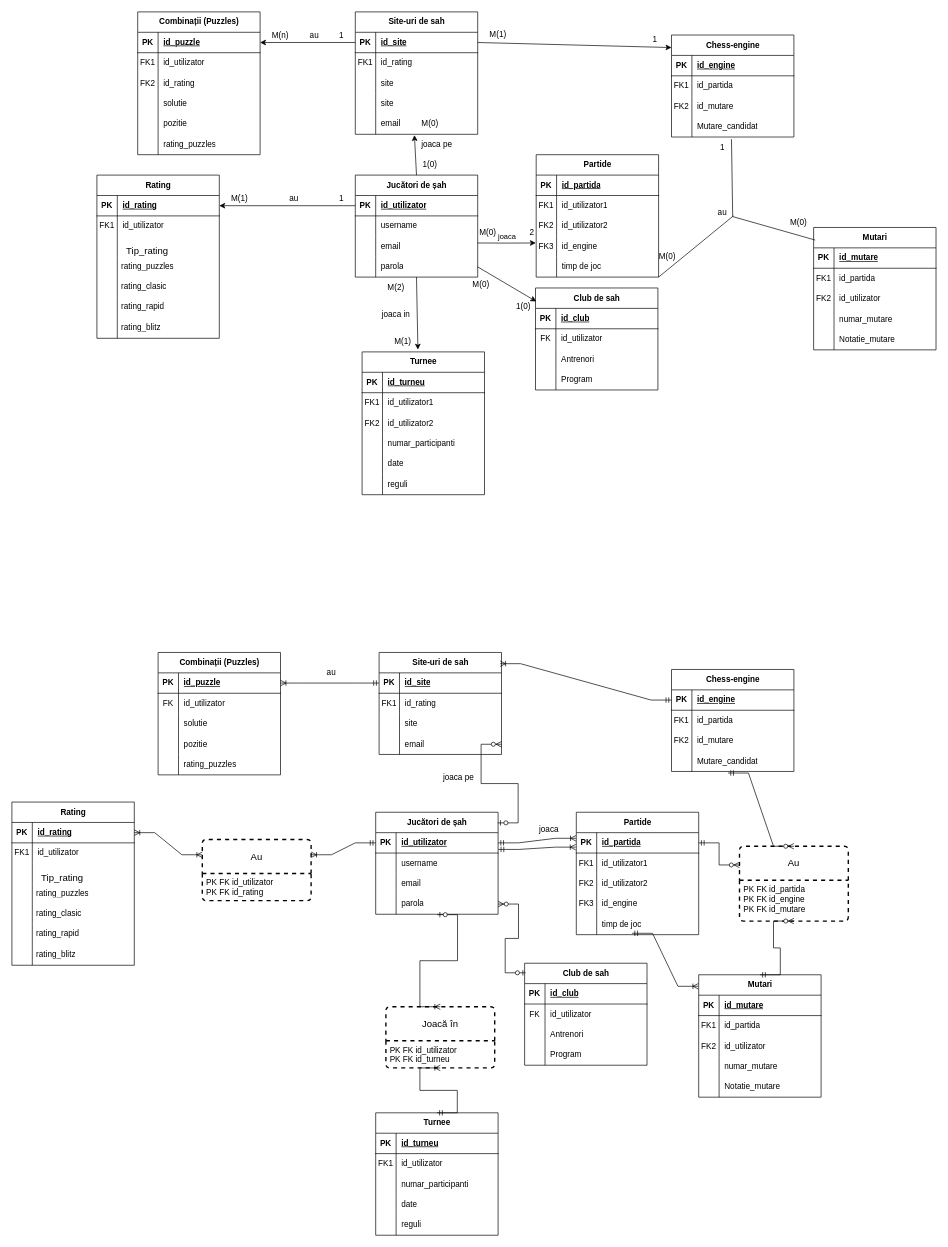
Before: Anul1/Semestrul 2/BD/proiect/Sah.drawio in CiprianVlad/facultate, a draw.io diagram. Source tidied: cells renumbered, new cells numbered last; positions are measured from the earlier drawing's top-left corner, leaving out a move shared by most shapes. Both pictures are drawn from the tidied source at 68%, with x=0, y=0 at pixel (12, 12).
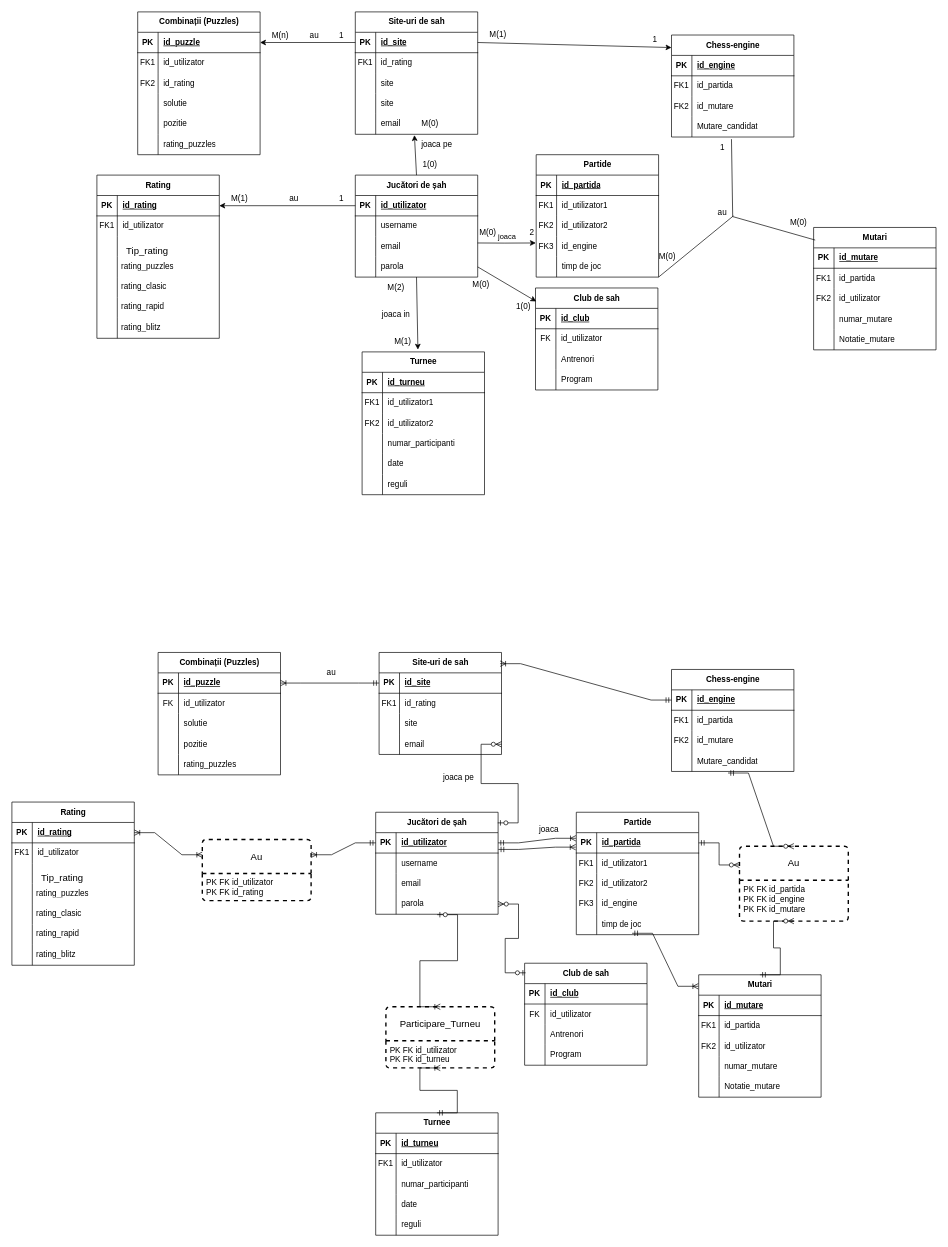
The same diagram, later.

Change to the diagram source:
```diff
@@
-    <mxCell id="265" value="Joacă în" style="swimlane;horizontal=1;startSize=50;rounded=1;fontSize=14;fontStyle=0;strokeWidth=2;shadow=0;dashed=1;align=center;arcSize=4;whiteSpace=wrap;html=1;" parent="1" vertex="1">
+    <mxCell id="265" value="Participare_Turneu" style="swimlane;horizontal=1;startSize=50;rounded=1;fontSize=14;fontStyle=0;strokeWidth=2;shadow=0;dashed=1;align=center;arcSize=4;whiteSpace=wrap;html=1;" parent="1" vertex="1">
       <mxGeometry x="550" y="1463" width="160" height="90" as="geometry" />
     </mxCell>
```
